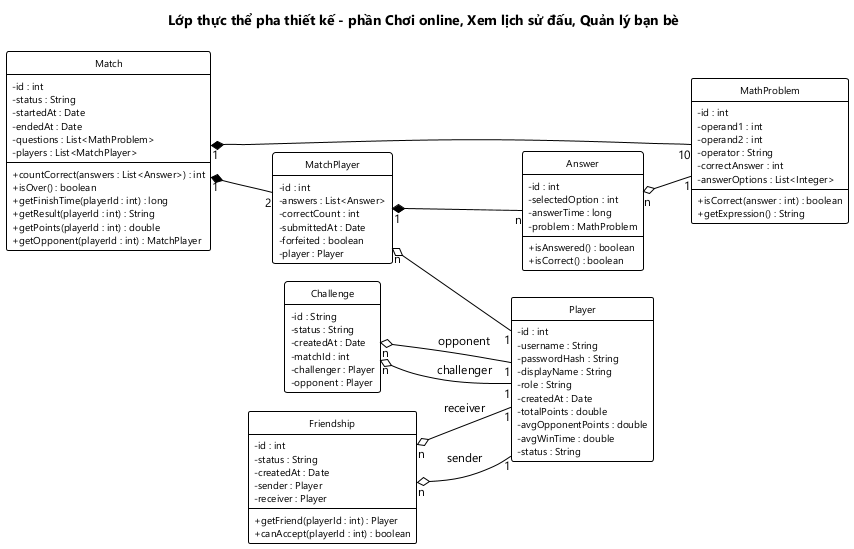
Earlier version of the PlantUML export docs/hung/lop-thuc-the-hung.png (HungNguyenBa1811/math-dash).
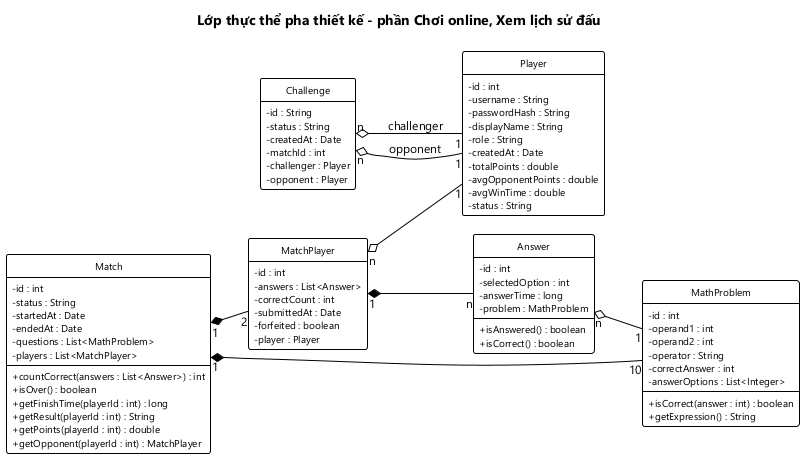
After the commit.

What changed in the source:
```diff
@@ -17,7 +17,7 @@
   BorderThickness 1
 }
 left to right direction
-title Lớp thực thể pha thiết kế - phần Chơi online, Xem lịch sử đấu, Quản lý bạn bè
+title Lớp thực thể pha thiết kế - phần Chơi online, Xem lịch sử đấu
 
 class Player {
   - id : int
@@ -79,15 +79,6 @@
   + isAnswered() : boolean
   + isCorrect() : boolean
 }
-class Friendship {
-  - id : int
-  - status : String
-  - createdAt : Date
-  - sender : Player
-  - receiver : Player
-  + getFriend(playerId : int) : Player
-  + canAccept(playerId : int) : boolean
-}
 
 Challenge "n" o-- "1" Player : challenger
 Challenge "n" o-- "1" Player : opponent
@@ -96,6 +87,4 @@
 Match "1" *-- "10" MathProblem
 MatchPlayer "1" *-- "n" Answer
 Answer "n" o-- "1" MathProblem
-Friendship "n" o-- "1" Player : sender
-Friendship "n" o-- "1" Player : receiver
 @enduml
```
